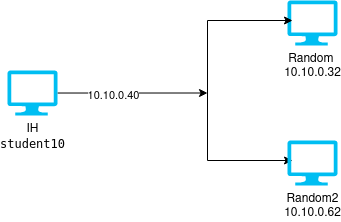
Before: networkingctfs.drawio.png, a diagram exported from draw.io (mesnath/Networking). Source tidied: cells renumbered, new cells last; positions are measured from the earlier drawing's top-left corner, leaving out a move shared by most shapes.
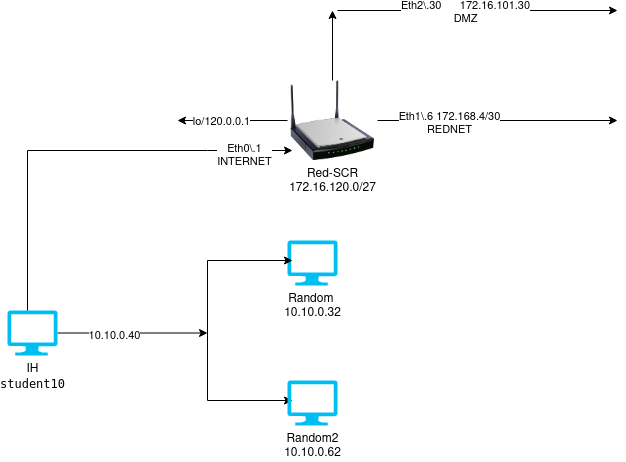
After the change.

Change to the diagram source:
```diff
@@ -39,5 +39,61 @@
     <mxCell id="9" value="&lt;div&gt;Random2 &lt;br&gt;&lt;/div&gt;&lt;div&gt;10.10.0.62&lt;/div&gt;" style="verticalLabelPosition=bottom;html=1;verticalAlign=top;align=center;strokeColor=none;fillColor=#00BEF2;shape=mxgraph.azure.computer;" parent="1" vertex="1">
       <mxGeometry x="280" y="140" width="50" height="45" as="geometry" />
     </mxCell>
+    <mxCell id="10" style="endArrow=classic;html=1;rounded=0;" parent="1" edge="1">
+      <mxGeometry relative="1" as="geometry">
+        <mxPoint x="200" y="-90" as="sourcePoint" />
+        <mxPoint x="285" y="-90" as="targetPoint" />
+      </mxGeometry>
+    </mxCell>
+    <mxCell id="11" value="Eth0\.1&lt;br&gt;INTERNET" style="edgeLabel;html=1;align=center;verticalAlign=middle;" parent="10" vertex="1">
+      <mxGeometry x="-0.15" y="-5" relative="1" as="geometry">
+        <mxPoint x="1" as="offset" />
+      </mxGeometry>
+    </mxCell>
+    <mxCell id="12" style="edgeStyle=orthogonalEdgeStyle;rounded=0;jettySize=auto;html=1;" parent="1" edge="1" source="17">
+      <mxGeometry relative="1" as="geometry">
+        <mxPoint x="610" y="-120" as="targetPoint" />
+      </mxGeometry>
+    </mxCell>
+    <mxCell id="13" value="&lt;div&gt;Eth1\.6 172.168.4/30&lt;/div&gt;&lt;div&gt;REDNET&lt;br&gt;&lt;/div&gt;" style="edgeLabel;html=1;align=center;verticalAlign=middle;" parent="12" vertex="1">
+      <mxGeometry x="-0.4" y="-3" relative="1" as="geometry" />
+    </mxCell>
+    <mxCell id="14" style="edgeStyle=orthogonalEdgeStyle;rounded=0;jettySize=auto;html=1;" parent="1" edge="1" source="17">
+      <mxGeometry relative="1" as="geometry">
+        <mxPoint x="325" y="-230" as="targetPoint" />
+      </mxGeometry>
+    </mxCell>
+    <mxCell id="15" style="edgeStyle=orthogonalEdgeStyle;rounded=0;jettySize=auto;html=1;" parent="1" edge="1" source="17">
+      <mxGeometry relative="1" as="geometry">
+        <mxPoint x="170" y="-120" as="targetPoint" />
+      </mxGeometry>
+    </mxCell>
+    <mxCell id="16" value="lo/120.0.0.1" style="edgeLabel;html=1;align=center;verticalAlign=middle;" parent="15" vertex="1">
+      <mxGeometry x="0.21" relative="1" as="geometry" />
+    </mxCell>
+    <mxCell id="17" value="&lt;div&gt;Red-SCR&lt;/div&gt;&lt;div&gt;172.16.120.0/27&lt;br&gt;&lt;/div&gt;" style="image;html=1;image=img/lib/clip_art/networking/Wireless_Router_N_128x128.png;" parent="1" vertex="1">
+      <mxGeometry x="280" y="-160" width="90" height="80" as="geometry" />
+    </mxCell>
+    <mxCell id="18" style="endArrow=classic;html=1;rounded=0;" parent="1" edge="1">
+      <mxGeometry relative="1" as="geometry">
+        <mxPoint x="330" y="-230" as="sourcePoint" />
+        <mxPoint x="610" y="-230" as="targetPoint" />
+      </mxGeometry>
+    </mxCell>
+    <mxCell id="19" value="Eth2\.30&amp;nbsp;&amp;nbsp;&amp;nbsp;&amp;nbsp;&amp;nbsp; 172.16.101.30&lt;br&gt;DMZ" style="edgeLabel;html=1;align=center;verticalAlign=middle;" parent="18" vertex="1">
+      <mxGeometry x="-0.09" y="-2" relative="1" as="geometry" />
+    </mxCell>
+    <mxCell id="20" style="endArrow=none;html=1;rounded=0;" parent="1" edge="1">
+      <mxGeometry relative="1" as="geometry">
+        <mxPoint x="20" y="70" as="sourcePoint" />
+        <mxPoint x="20" y="-90" as="targetPoint" />
+      </mxGeometry>
+    </mxCell>
+    <mxCell id="21" style="endArrow=none;html=1;rounded=0;" parent="1" edge="1">
+      <mxGeometry relative="1" as="geometry">
+        <mxPoint x="20" y="-90" as="sourcePoint" />
+        <mxPoint x="200" y="-90" as="targetPoint" />
+      </mxGeometry>
+    </mxCell>
   </root>
 </mxGraphModel>
```
